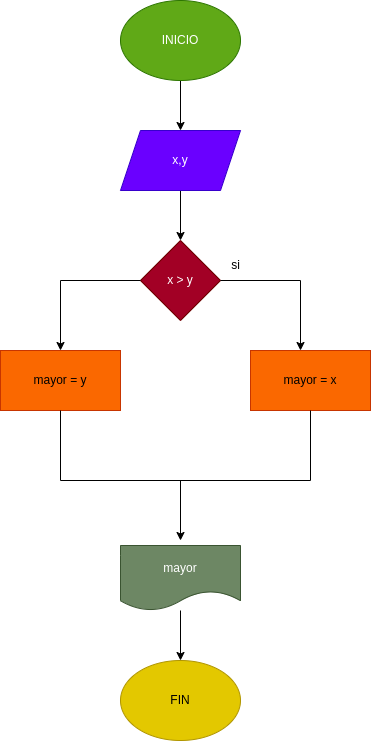
germanaugusto2/mayor_2enteros keeps this draw.io diagram as diagrama.png. Above is the earlier version. Source tidied: cells renumbered, new cells last; positions are measured from the earlier drawing's top-left corner, leaving out a move shared by most shapes. Its diagram source:
```xml
<mxGraphModel>
  <root>
    <mxCell id="0" />
    <mxCell id="1" parent="0" />
    <mxCell id="2" style="edgeStyle=none;html=1;" parent="1" edge="1" source="3">
      <mxGeometry relative="1" as="geometry">
        <mxPoint x="180" y="130" as="targetPoint" />
      </mxGeometry>
    </mxCell>
    <mxCell id="3" value="INICIO" style="ellipse;whiteSpace=wrap;html=1;fillColor=#60a917;fontColor=#ffffff;strokeColor=#2D7600;" parent="1" vertex="1">
      <mxGeometry x="120" width="120" height="80" as="geometry" />
    </mxCell>
    <mxCell id="4" style="edgeStyle=none;html=1;" parent="1" edge="1" source="5">
      <mxGeometry relative="1" as="geometry">
        <mxPoint x="180" y="240" as="targetPoint" />
      </mxGeometry>
    </mxCell>
    <mxCell id="5" value="x,y" style="shape=parallelogram;perimeter=parallelogramPerimeter;whiteSpace=wrap;html=1;fixedSize=1;fillColor=#6a00ff;fontColor=#ffffff;strokeColor=#3700CC;" parent="1" vertex="1">
      <mxGeometry x="120" y="130" width="120" height="60" as="geometry" />
    </mxCell>
    <mxCell id="6" value="x &amp;gt; y" style="rhombus;whiteSpace=wrap;html=1;fillColor=#a20025;fontColor=#ffffff;strokeColor=#6F0000;" parent="1" vertex="1">
      <mxGeometry x="140" y="240" width="80" height="80" as="geometry" />
    </mxCell>
    <mxCell id="7" style="endArrow=none;html=1;exitX=1;exitY=0.5;exitDx=0;exitDy=0;" parent="1" edge="1" source="6">
      <mxGeometry relative="1" as="geometry">
        <mxPoint x="300" y="280" as="targetPoint" />
      </mxGeometry>
    </mxCell>
    <mxCell id="8" style="endArrow=none;html=1;entryX=0;entryY=0.5;entryDx=0;entryDy=0;" parent="1" edge="1" target="6">
      <mxGeometry relative="1" as="geometry">
        <mxPoint x="60" y="280" as="sourcePoint" />
      </mxGeometry>
    </mxCell>
    <mxCell id="9" style="endArrow=classic;html=1;" parent="1" edge="1">
      <mxGeometry relative="1" as="geometry">
        <mxPoint x="60" y="280" as="sourcePoint" />
        <mxPoint x="60" y="350" as="targetPoint" />
      </mxGeometry>
    </mxCell>
    <mxCell id="10" style="endArrow=classic;html=1;" parent="1" edge="1">
      <mxGeometry relative="1" as="geometry">
        <mxPoint x="300" y="280" as="sourcePoint" />
        <mxPoint x="300" y="350" as="targetPoint" />
      </mxGeometry>
    </mxCell>
    <mxCell id="11" value="mayor = y" style="rounded=0;whiteSpace=wrap;html=1;fillColor=#fa6800;fontColor=#000000;strokeColor=#C73500;" parent="1" vertex="1">
      <mxGeometry y="350" width="120" height="60" as="geometry" />
    </mxCell>
    <mxCell id="12" value="mayor = x" style="rounded=0;whiteSpace=wrap;html=1;fillColor=#fa6800;fontColor=#000000;strokeColor=#C73500;" parent="1" vertex="1">
      <mxGeometry x="250" y="350" width="120" height="60" as="geometry" />
    </mxCell>
    <mxCell id="13" style="endArrow=none;html=1;exitX=0.5;exitY=1;exitDx=0;exitDy=0;" parent="1" edge="1" source="11">
      <mxGeometry relative="1" as="geometry">
        <mxPoint x="60" y="480" as="targetPoint" />
      </mxGeometry>
    </mxCell>
    <mxCell id="14" style="endArrow=none;html=1;entryX=0.5;entryY=1;entryDx=0;entryDy=0;" parent="1" edge="1" target="12">
      <mxGeometry relative="1" as="geometry">
        <mxPoint x="310" y="480" as="sourcePoint" />
      </mxGeometry>
    </mxCell>
    <mxCell id="15" style="endArrow=none;html=1;" parent="1" edge="1">
      <mxGeometry relative="1" as="geometry">
        <mxPoint x="60" y="480" as="sourcePoint" />
        <mxPoint x="310" y="480" as="targetPoint" />
      </mxGeometry>
    </mxCell>
    <mxCell id="16" style="endArrow=classic;html=1;" parent="1" edge="1">
      <mxGeometry relative="1" as="geometry">
        <mxPoint x="180" y="480" as="sourcePoint" />
        <mxPoint x="180" y="540" as="targetPoint" />
      </mxGeometry>
    </mxCell>
    <mxCell id="17" style="edgeStyle=none;html=1;" parent="1" edge="1" source="18">
      <mxGeometry relative="1" as="geometry">
        <mxPoint x="180" y="660" as="targetPoint" />
      </mxGeometry>
    </mxCell>
    <mxCell id="18" value="mayor" style="shape=document;whiteSpace=wrap;html=1;boundedLbl=1;fillColor=#6d8764;fontColor=#ffffff;strokeColor=#3A5431;" parent="1" vertex="1">
      <mxGeometry x="120" y="545" width="120" height="65" as="geometry" />
    </mxCell>
    <mxCell id="19" value="FIN" style="ellipse;whiteSpace=wrap;html=1;fillColor=#e3c800;fontColor=#000000;strokeColor=#B09500;" parent="1" vertex="1">
      <mxGeometry x="120" y="660" width="120" height="80" as="geometry" />
    </mxCell>
    <mxCell id="20" value="si" style="text;html=1;align=center;verticalAlign=middle;strokeColor=none;fillColor=none;" parent="1" vertex="1">
      <mxGeometry x="220" y="250" width="30" height="30" as="geometry" />
    </mxCell>
  </root>
</mxGraphModel>
```
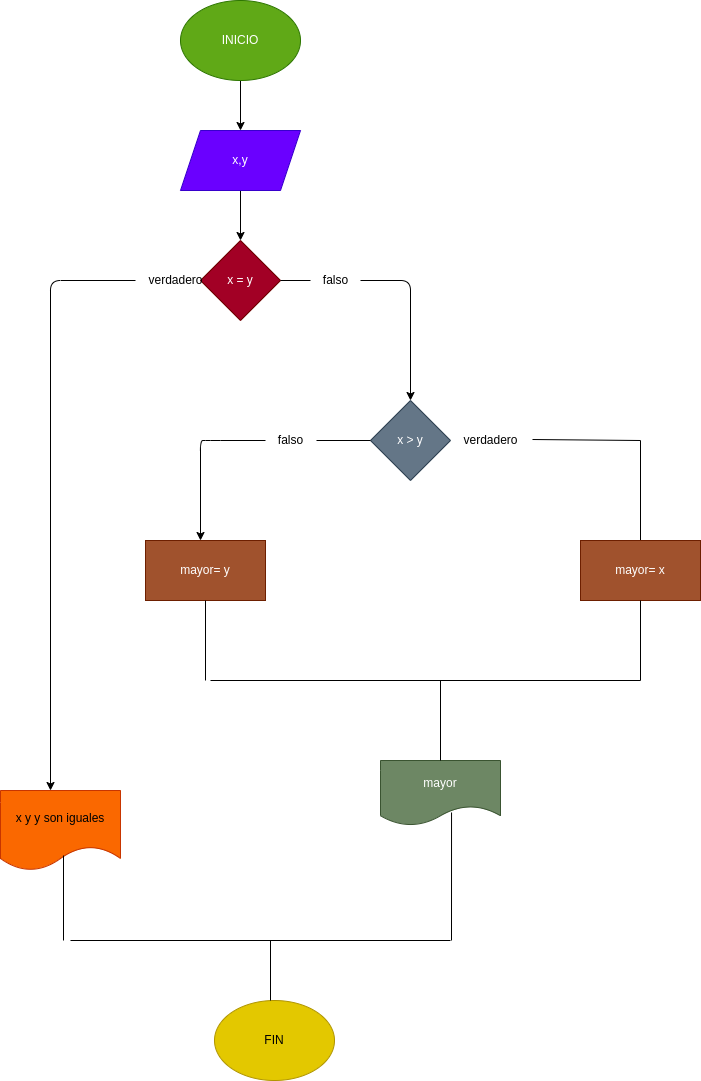
The same file after the commit.

The edit, as a diff of the source:
```diff
@@ -18,72 +18,126 @@
     <mxCell id="5" value="x,y" style="shape=parallelogram;perimeter=parallelogramPerimeter;whiteSpace=wrap;html=1;fixedSize=1;fillColor=#6a00ff;fontColor=#ffffff;strokeColor=#3700CC;" parent="1" vertex="1">
       <mxGeometry x="120" y="130" width="120" height="60" as="geometry" />
     </mxCell>
-    <mxCell id="6" value="x &amp;gt; y" style="rhombus;whiteSpace=wrap;html=1;fillColor=#a20025;fontColor=#ffffff;strokeColor=#6F0000;" parent="1" vertex="1">
+    <mxCell id="6" value="x = y" style="rhombus;whiteSpace=wrap;html=1;fillColor=#a20025;fontColor=#ffffff;strokeColor=#6F0000;" parent="1" vertex="1">
       <mxGeometry x="140" y="240" width="80" height="80" as="geometry" />
     </mxCell>
-    <mxCell id="7" style="endArrow=none;html=1;exitX=1;exitY=0.5;exitDx=0;exitDy=0;" parent="1" edge="1" source="6">
-      <mxGeometry relative="1" as="geometry">
-        <mxPoint x="300" y="280" as="targetPoint" />
-      </mxGeometry>
-    </mxCell>
-    <mxCell id="8" style="endArrow=none;html=1;entryX=0;entryY=0.5;entryDx=0;entryDy=0;" parent="1" edge="1" target="6">
-      <mxGeometry relative="1" as="geometry">
-        <mxPoint x="60" y="280" as="sourcePoint" />
-      </mxGeometry>
-    </mxCell>
-    <mxCell id="9" style="endArrow=classic;html=1;" parent="1" edge="1">
-      <mxGeometry relative="1" as="geometry">
-        <mxPoint x="60" y="280" as="sourcePoint" />
-        <mxPoint x="60" y="350" as="targetPoint" />
-      </mxGeometry>
-    </mxCell>
-    <mxCell id="10" style="endArrow=classic;html=1;" parent="1" edge="1">
-      <mxGeometry relative="1" as="geometry">
-        <mxPoint x="300" y="280" as="sourcePoint" />
-        <mxPoint x="300" y="350" as="targetPoint" />
-      </mxGeometry>
-    </mxCell>
-    <mxCell id="11" value="mayor = y" style="rounded=0;whiteSpace=wrap;html=1;fillColor=#fa6800;fontColor=#000000;strokeColor=#C73500;" parent="1" vertex="1">
-      <mxGeometry y="350" width="120" height="60" as="geometry" />
-    </mxCell>
-    <mxCell id="12" value="mayor = x" style="rounded=0;whiteSpace=wrap;html=1;fillColor=#fa6800;fontColor=#000000;strokeColor=#C73500;" parent="1" vertex="1">
-      <mxGeometry x="250" y="350" width="120" height="60" as="geometry" />
-    </mxCell>
-    <mxCell id="13" style="endArrow=none;html=1;exitX=0.5;exitY=1;exitDx=0;exitDy=0;" parent="1" edge="1" source="11">
-      <mxGeometry relative="1" as="geometry">
-        <mxPoint x="60" y="480" as="targetPoint" />
-      </mxGeometry>
-    </mxCell>
-    <mxCell id="14" style="endArrow=none;html=1;entryX=0.5;entryY=1;entryDx=0;entryDy=0;" parent="1" edge="1" target="12">
-      <mxGeometry relative="1" as="geometry">
-        <mxPoint x="310" y="480" as="sourcePoint" />
-      </mxGeometry>
-    </mxCell>
-    <mxCell id="15" style="endArrow=none;html=1;" parent="1" edge="1">
-      <mxGeometry relative="1" as="geometry">
-        <mxPoint x="60" y="480" as="sourcePoint" />
-        <mxPoint x="310" y="480" as="targetPoint" />
-      </mxGeometry>
-    </mxCell>
-    <mxCell id="16" style="endArrow=classic;html=1;" parent="1" edge="1">
-      <mxGeometry relative="1" as="geometry">
-        <mxPoint x="180" y="480" as="sourcePoint" />
-        <mxPoint x="180" y="540" as="targetPoint" />
-      </mxGeometry>
-    </mxCell>
-    <mxCell id="17" style="edgeStyle=none;html=1;" parent="1" edge="1" source="18">
-      <mxGeometry relative="1" as="geometry">
-        <mxPoint x="180" y="660" as="targetPoint" />
-      </mxGeometry>
-    </mxCell>
     <mxCell id="18" value="mayor" style="shape=document;whiteSpace=wrap;html=1;boundedLbl=1;fillColor=#6d8764;fontColor=#ffffff;strokeColor=#3A5431;" parent="1" vertex="1">
-      <mxGeometry x="120" y="545" width="120" height="65" as="geometry" />
+      <mxGeometry x="320" y="760" width="120" height="65" as="geometry" />
     </mxCell>
     <mxCell id="19" value="FIN" style="ellipse;whiteSpace=wrap;html=1;fillColor=#e3c800;fontColor=#000000;strokeColor=#B09500;" parent="1" vertex="1">
-      <mxGeometry x="120" y="660" width="120" height="80" as="geometry" />
+      <mxGeometry x="154" y="1000" width="120" height="80" as="geometry" />
     </mxCell>
-    <mxCell id="20" value="si" style="text;html=1;align=center;verticalAlign=middle;strokeColor=none;fillColor=none;" parent="1" vertex="1">
-      <mxGeometry x="220" y="250" width="30" height="30" as="geometry" />
-    </mxCell>
+    <mxCell id="21" style="edgeStyle=none;html=1;" parent="1" edge="1" source="22">
+      <mxGeometry relative="1" as="geometry">
+        <mxPoint x="350" y="400" as="targetPoint" />
+        <Array as="points">
+          <mxPoint x="350" y="280" />
+        </Array>
+      </mxGeometry>
+    </mxCell>
+    <mxCell id="22" value="falso" style="text;html=1;align=center;verticalAlign=middle;points=[];strokeColor=none;fillColor=none;" parent="1" vertex="1">
+      <mxGeometry x="250" y="265" width="50" height="30" as="geometry" />
+    </mxCell>
+    <mxCell id="23" style="endArrow=none;html=1;exitX=1;exitY=0.5;exitDx=0;exitDy=0;" parent="1" edge="1" source="6">
+      <mxGeometry relative="1" as="geometry">
+        <mxPoint x="250" y="280" as="targetPoint" />
+      </mxGeometry>
+    </mxCell>
+    <mxCell id="24" value="x &amp;gt; y" style="rhombus;whiteSpace=wrap;html=1;fillColor=#647687;fontColor=#ffffff;strokeColor=#314354;" parent="1" vertex="1">
+      <mxGeometry x="310" y="400" width="80" height="80" as="geometry" />
+    </mxCell>
+    <mxCell id="25" value="verdadero" style="text;html=1;align=center;verticalAlign=middle;points=[];strokeColor=none;fillColor=none;" parent="1" vertex="1">
+      <mxGeometry x="390" y="425" width="80" height="30" as="geometry" />
+    </mxCell>
+    <mxCell id="26" style="endArrow=none;html=1;exitX=1.025;exitY=0.467;exitDx=0;exitDy=0;exitPerimeter=0;" parent="1" edge="1" source="25">
+      <mxGeometry relative="1" as="geometry">
+        <mxPoint x="580" y="440" as="targetPoint" />
+      </mxGeometry>
+    </mxCell>
+    <mxCell id="27" style="endArrow=none;html=1;" parent="1" edge="1">
+      <mxGeometry relative="1" as="geometry">
+        <mxPoint x="580" y="440" as="sourcePoint" />
+        <mxPoint x="580" y="540" as="targetPoint" />
+      </mxGeometry>
+    </mxCell>
+    <mxCell id="28" value="mayor= x" style="whiteSpace=wrap;html=1;fillColor=#a0522d;fontColor=#ffffff;strokeColor=#6D1F00;" parent="1" vertex="1">
+      <mxGeometry x="520" y="540" width="120" height="60" as="geometry" />
+    </mxCell>
+    <mxCell id="29" style="edgeStyle=none;html=1;" parent="1" edge="1" source="30">
+      <mxGeometry relative="1" as="geometry">
+        <mxPoint x="140" y="540" as="targetPoint" />
+        <Array as="points">
+          <mxPoint x="150" y="440" />
+          <mxPoint x="140" y="440" />
+        </Array>
+      </mxGeometry>
+    </mxCell>
+    <mxCell id="30" value="falso" style="text;html=1;align=center;verticalAlign=middle;points=[];strokeColor=none;fillColor=none;" parent="1" vertex="1">
+      <mxGeometry x="205" y="425" width="50" height="30" as="geometry" />
+    </mxCell>
+    <mxCell id="31" style="endArrow=none;html=1;entryX=0;entryY=0.5;entryDx=0;entryDy=0;exitX=1.02;exitY=0.5;exitDx=0;exitDy=0;exitPerimeter=0;" parent="1" edge="1" source="30" target="24">
+      <mxGeometry relative="1" as="geometry" />
+    </mxCell>
+    <mxCell id="32" value="mayor= y" style="whiteSpace=wrap;html=1;fillColor=#a0522d;fontColor=#ffffff;strokeColor=#6D1F00;" parent="1" vertex="1">
+      <mxGeometry x="85" y="540" width="120" height="60" as="geometry" />
+    </mxCell>
+    <mxCell id="33" style="edgeStyle=none;html=1;" parent="1" edge="1" source="34">
+      <mxGeometry relative="1" as="geometry">
+        <mxPoint x="-10" y="790" as="targetPoint" />
+        <Array as="points">
+          <mxPoint x="-10" y="280" />
+        </Array>
+      </mxGeometry>
+    </mxCell>
+    <mxCell id="34" value="verdadero" style="text;html=1;align=center;verticalAlign=middle;points=[];strokeColor=none;fillColor=none;" parent="1" vertex="1">
+      <mxGeometry x="75" y="265" width="80" height="30" as="geometry" />
+    </mxCell>
+    <mxCell id="35" style="endArrow=none;html=1;exitX=0.5;exitY=1;exitDx=0;exitDy=0;" parent="1" edge="1" source="32">
+      <mxGeometry relative="1" as="geometry">
+        <mxPoint x="145" y="680" as="targetPoint" />
+      </mxGeometry>
+    </mxCell>
+    <mxCell id="36" style="endArrow=none;html=1;entryX=0.5;entryY=1;entryDx=0;entryDy=0;" parent="1" edge="1" target="28">
+      <mxGeometry relative="1" as="geometry">
+        <mxPoint x="580" y="680" as="sourcePoint" />
+      </mxGeometry>
+    </mxCell>
+    <mxCell id="37" style="endArrow=none;html=1;" parent="1" edge="1">
+      <mxGeometry relative="1" as="geometry">
+        <mxPoint x="150" y="680" as="sourcePoint" />
+        <mxPoint x="580" y="680" as="targetPoint" />
+      </mxGeometry>
+    </mxCell>
+    <mxCell id="38" style="endArrow=none;html=1;" parent="1" edge="1">
+      <mxGeometry relative="1" as="geometry">
+        <mxPoint x="380" y="760" as="sourcePoint" />
+        <mxPoint x="380" y="680" as="targetPoint" />
+      </mxGeometry>
+    </mxCell>
+    <mxCell id="39" value="x y y son iguales" style="shape=document;whiteSpace=wrap;html=1;boundedLbl=1;fillColor=#fa6800;fontColor=#000000;strokeColor=#C73500;" parent="1" vertex="1">
+      <mxGeometry x="-60" y="790" width="120" height="80" as="geometry" />
+    </mxCell>
+    <mxCell id="40" style="endArrow=none;html=1;exitX=0.525;exitY=0.813;exitDx=0;exitDy=0;exitPerimeter=0;" parent="1" edge="1" source="39">
+      <mxGeometry relative="1" as="geometry">
+        <mxPoint x="3" y="940" as="targetPoint" />
+      </mxGeometry>
+    </mxCell>
+    <mxCell id="41" style="endArrow=none;html=1;entryX=0.592;entryY=0.8;entryDx=0;entryDy=0;entryPerimeter=0;" parent="1" edge="1" target="18">
+      <mxGeometry relative="1" as="geometry">
+        <mxPoint x="391" y="940" as="sourcePoint" />
+      </mxGeometry>
+    </mxCell>
+    <mxCell id="42" style="endArrow=none;html=1;" parent="1" edge="1">
+      <mxGeometry relative="1" as="geometry">
+        <mxPoint x="10" y="940" as="sourcePoint" />
+        <mxPoint x="390" y="940" as="targetPoint" />
+      </mxGeometry>
+    </mxCell>
+    <mxCell id="43" style="endArrow=none;html=1;" parent="1" edge="1">
+      <mxGeometry relative="1" as="geometry">
+        <mxPoint x="210" y="940" as="sourcePoint" />
+        <mxPoint x="210" y="1000" as="targetPoint" />
+      </mxGeometry>
+    </mxCell>
   </root>
 </mxGraphModel>
```
